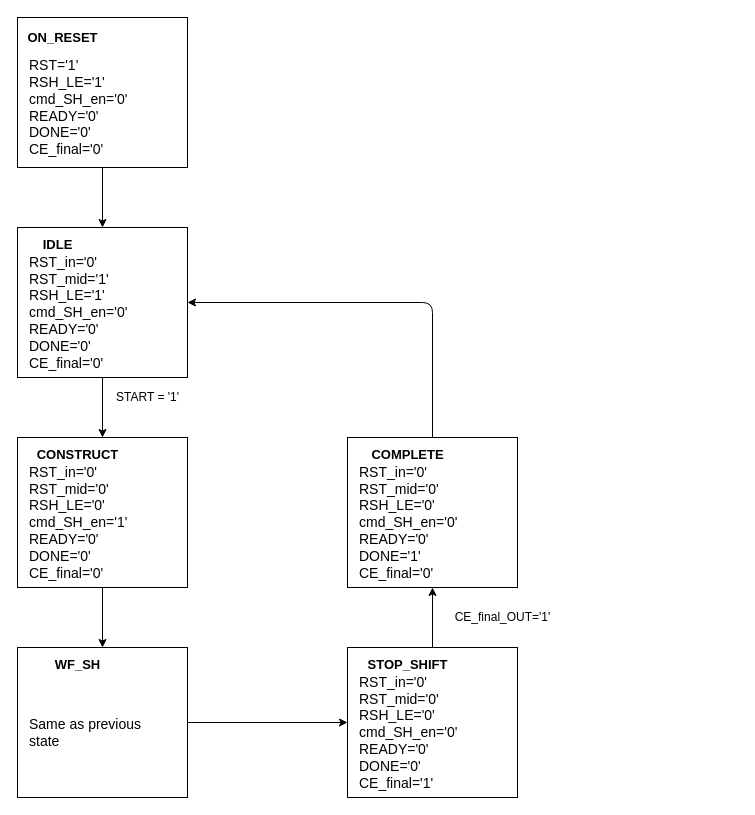
Earlier version of the draw.io diagram control_unit/Constructor_CU_State_Diagram.drawio (CostantinoTaranto/AME_Block-Diagram). Source tidied: cells renumbered, new cells numbered last; positions are measured from the earlier drawing's top-left corner, leaving out a move shared by most shapes. Both pictures are drawn from the tidied source at 100%, with x=0, y=0 at pixel (17, 17).
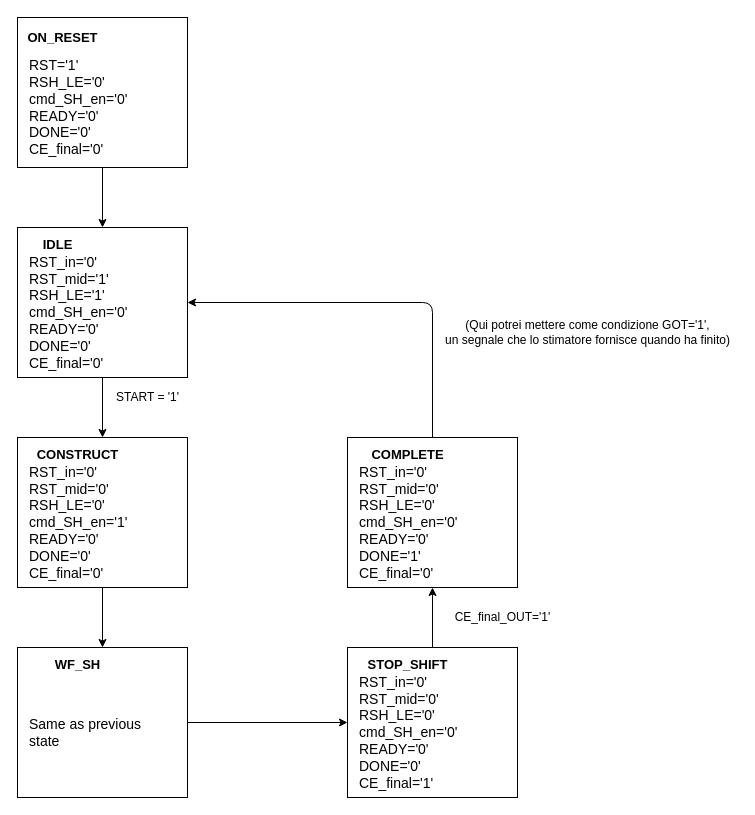
The same page after the edit.

Change to the diagram source:
```diff
@@
-    <mxCell id="4" value="&lt;font style=&quot;font-size: 14px&quot;&gt;RST='1'&lt;br&gt;RSH_LE='1'&lt;br&gt;cmd_SH_en='0'&lt;br&gt;READY='0'&lt;br&gt;DONE='0'&lt;br&gt;CE_final='0'&lt;/font&gt;" style="text;html=1;align=left;verticalAlign=middle;" parent="1" vertex="1">
+    <mxCell id="4" value="&lt;font style=&quot;font-size: 14px&quot;&gt;RST='1'&lt;br&gt;RSH_LE='0'&lt;br&gt;cmd_SH_en='0'&lt;br&gt;READY='0'&lt;br&gt;DONE='0'&lt;br&gt;CE_final='0'&lt;/font&gt;" style="text;html=1;align=left;verticalAlign=middle;" parent="1" vertex="1">
       <mxGeometry x="10" y="40" width="110" height="100" as="geometry" />
     </mxCell>
@@
+    <mxCell id="28" value="(Qui potrei mettere come condizione GOT='1',&lt;br&gt;un segnale che lo stimatore fornisce quando ha finito)" style="text;html=1;align=center;verticalAlign=middle;" parent="1" vertex="1">
+      <mxGeometry x="420" y="300" width="300" height="30" as="geometry" />
+    </mxCell>
```
